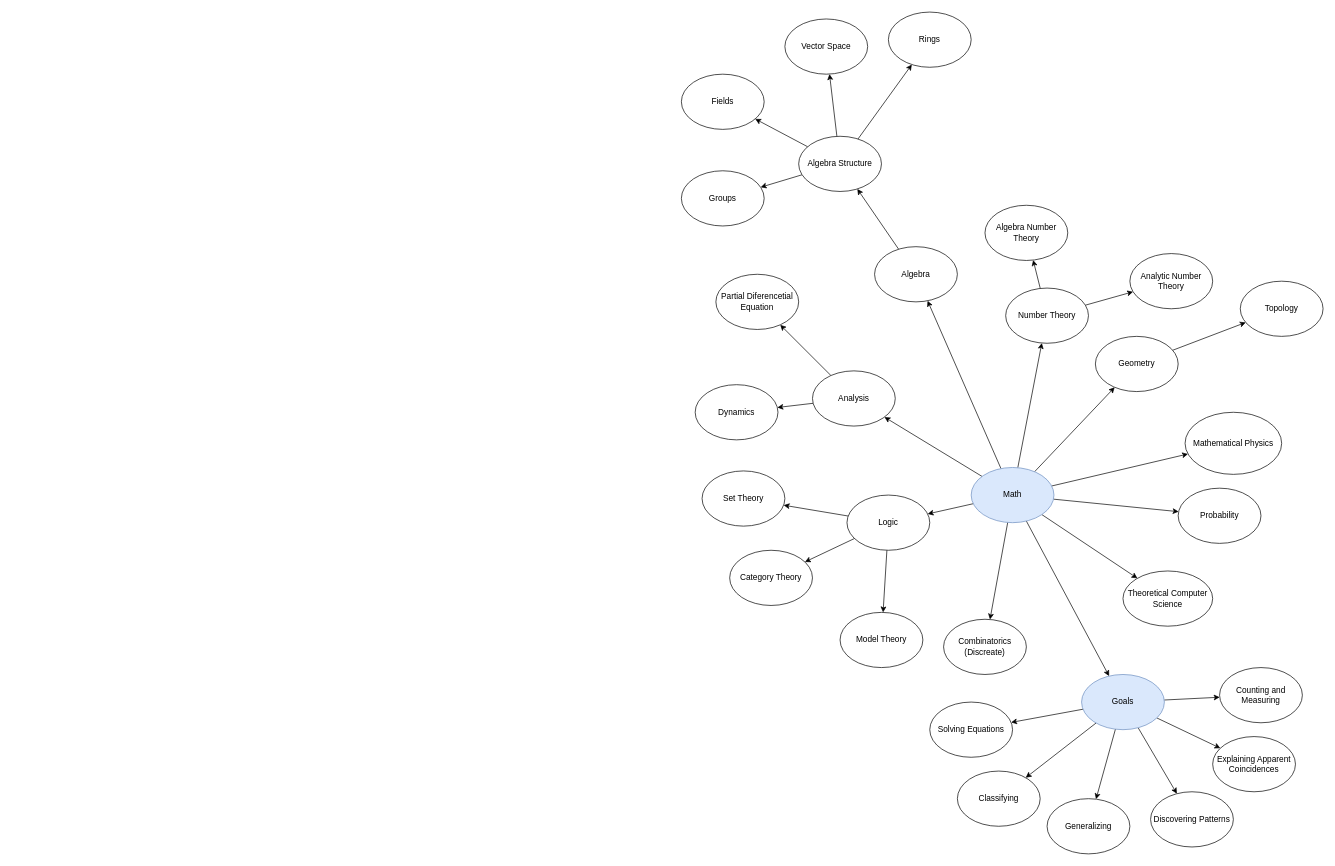
Earlier version of the draw.io diagram math.drawio (chavp/data-modeling). Source tidied: cells renumbered, new cells numbered last; positions are measured from the earlier drawing's top-left corner, leaving out a move shared by most shapes. Both pictures are drawn from the tidied source at 69%, with x=0, y=0 at pixel (681, 12).
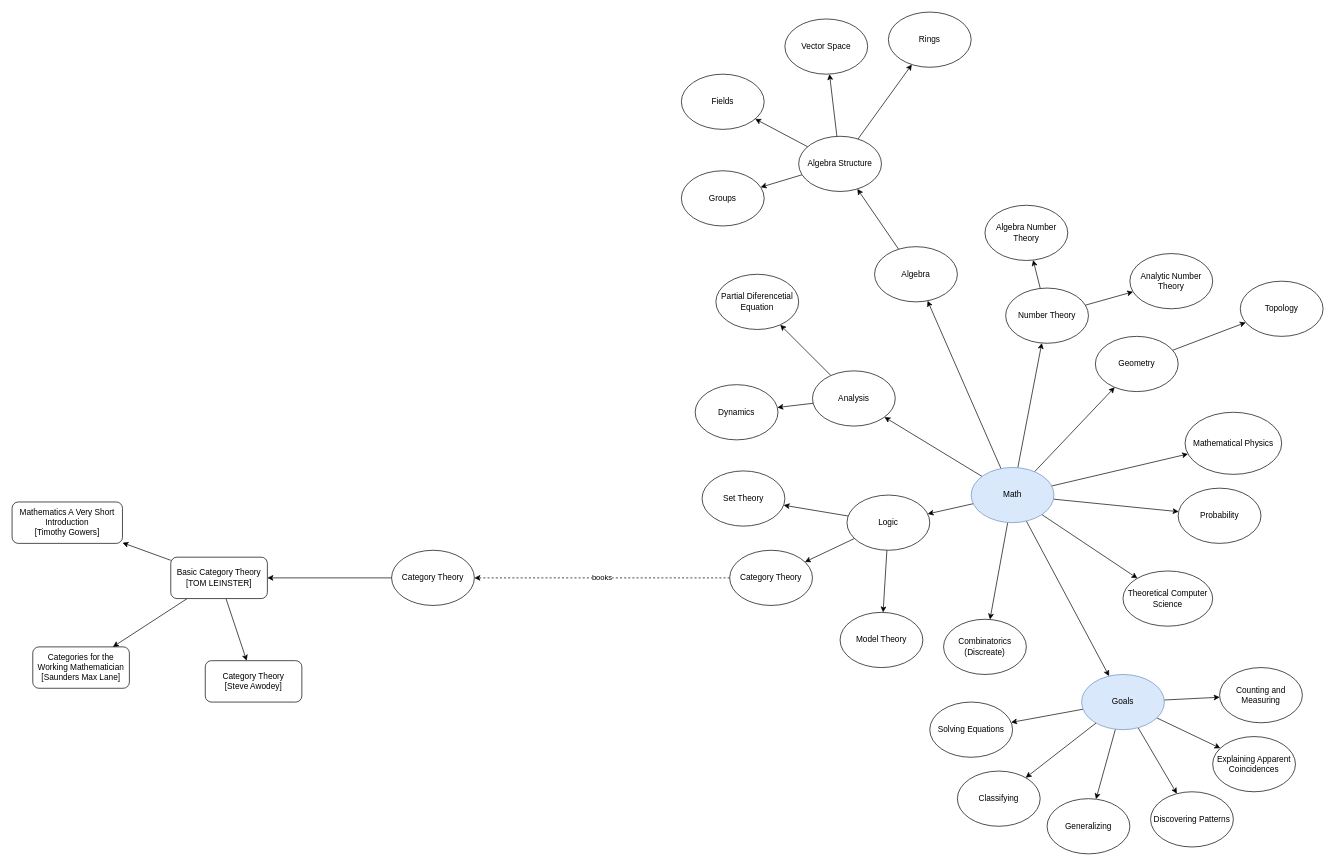
Above is the later version.

The change refers to these unchanged cells:
```xml
<mxCell id="33" value="Category Theory" style="ellipse;whiteSpace=wrap;html=1;" parent="1" vertex="1">
  <mxGeometry x="70" y="780" width="120" height="80" as="geometry" />
</mxCell>
```

The edit, as a diff of the source:
```diff
@@
+    <mxCell id="61" value="books" style="rounded=0;jettySize=auto;html=1;dashed=1;" parent="1" edge="1" source="33" target="63">
+      <mxGeometry relative="1" as="geometry" />
+    </mxCell>
@@
+    <mxCell id="62" style="rounded=0;jettySize=auto;html=1;" parent="1" edge="1" source="63" target="67">
+      <mxGeometry relative="1" as="geometry" />
+    </mxCell>
+    <mxCell id="63" value="Category Theory" style="ellipse;whiteSpace=wrap;html=1;" parent="1" vertex="1">
+      <mxGeometry x="-420" y="780" width="120" height="80" as="geometry" />
+    </mxCell>
+    <mxCell id="64" style="edgeStyle=none;rounded=0;jettySize=auto;html=1;" parent="1" edge="1" source="67" target="68">
+      <mxGeometry relative="1" as="geometry" />
+    </mxCell>
+    <mxCell id="65" style="edgeStyle=none;rounded=0;jettySize=auto;html=1;" parent="1" edge="1" source="67" target="69">
+      <mxGeometry relative="1" as="geometry" />
+    </mxCell>
+    <mxCell id="66" style="edgeStyle=none;rounded=0;jettySize=auto;html=1;" parent="1" edge="1" source="67" target="70">
+      <mxGeometry relative="1" as="geometry" />
+    </mxCell>
+    <mxCell id="67" value="Basic Category Theory [TOM LEINSTER]" style="rounded=1;whiteSpace=wrap;html=1;" parent="1" vertex="1">
+      <mxGeometry x="-740" y="790" width="140" height="60" as="geometry" />
+    </mxCell>
+    <mxCell id="68" value="Categories for the Working Mathematician&lt;br&gt;[Saunders Max Lane]" style="rounded=1;whiteSpace=wrap;html=1;" parent="1" vertex="1">
+      <mxGeometry x="-940" y="920" width="140" height="60" as="geometry" />
+    </mxCell>
+    <mxCell id="69" value="Category Theory&lt;br&gt;[Steve Awodey]" style="rounded=1;whiteSpace=wrap;html=1;" parent="1" vertex="1">
+      <mxGeometry x="-690" y="940" width="140" height="60" as="geometry" />
+    </mxCell>
+    <mxCell id="70" value="Mathematics A Very Short Introduction&lt;br&gt;[Timothy Gowers]" style="rounded=1;whiteSpace=wrap;html=1;" parent="1" vertex="1">
+      <mxGeometry x="-970" y="710" width="160" height="60" as="geometry" />
+    </mxCell>
```
